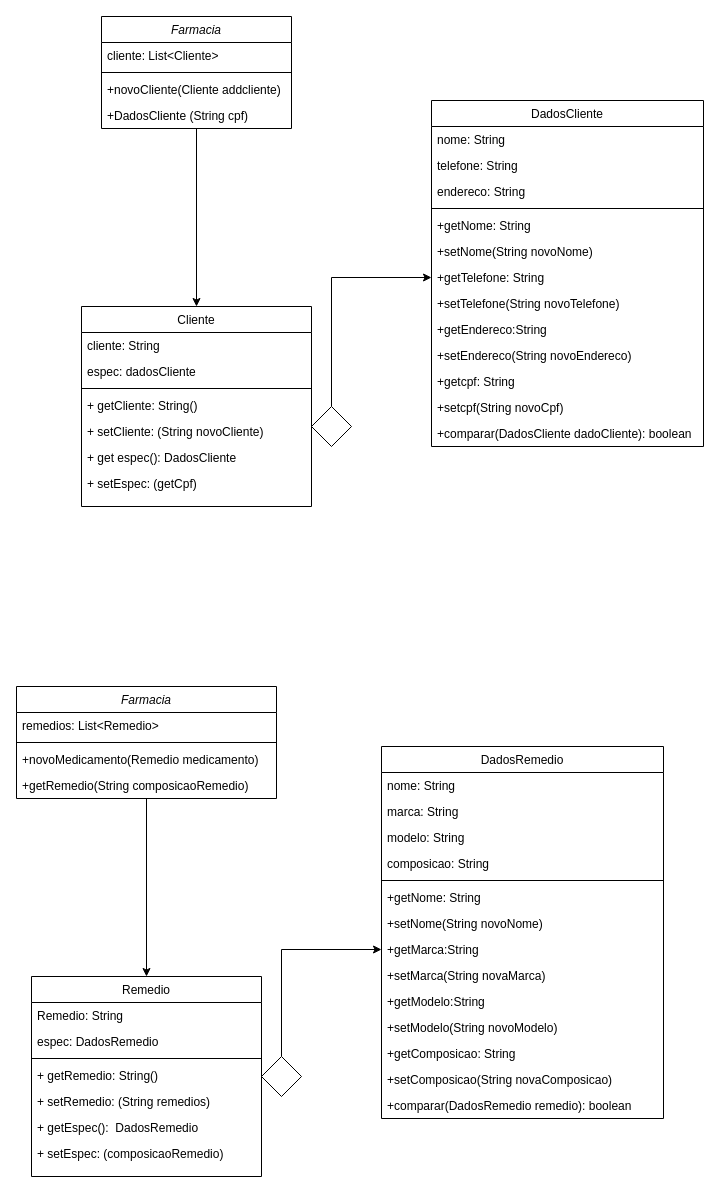
The draw.io diagram Engenharia de Software/assets/Diagrama sem nome.drawio in beajdkjj/bertoti, before the edit. Source tidied: cells renumbered, new cells numbered last; positions are measured from the earlier drawing's top-left corner, leaving out a move shared by most shapes. Both pictures are drawn from the tidied source at 100%, with x=0, y=0 at pixel (16, 16).
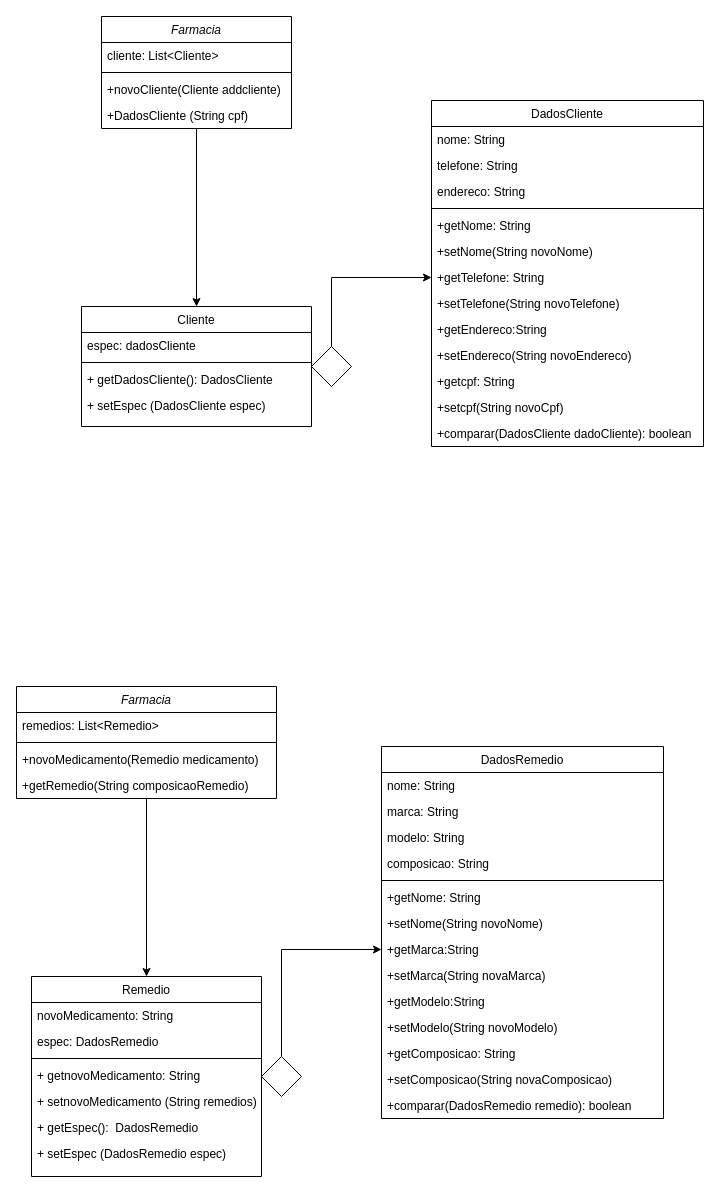
After the change.

The change refers to these unchanged cells:
```xml
<mxCell id="36" value="Remedio" style="swimlane;fontStyle=0;align=center;verticalAlign=top;horizontal=1;startSize=26;rounded=0;shadow=0;strokeWidth=1;" parent="1" vertex="1">
  <mxGeometry x="15" y="960" width="230" height="200" as="geometry" />
</mxCell>
```

Diff of the diagram source:
```diff
@@
     <mxCell id="8" value="Cliente&#10;" style="swimlane;fontStyle=0;align=center;verticalAlign=top;horizontal=1;startSize=26;rounded=0;shadow=0;strokeWidth=1;" parent="1" vertex="1">
-      <mxGeometry x="65" y="290" width="230" height="200" as="geometry" />
+      <mxGeometry x="65" y="290" width="230" height="120" as="geometry" />
     </mxCell>
-    <mxCell id="9" value="cliente: String" style="text;align=left;verticalAlign=top;spacingLeft=4;spacingRight=4;overflow=hidden;" parent="8" vertex="1">
-      <mxGeometry y="26" width="230" height="26" as="geometry" />
-    </mxCell>
     <mxCell id="10" value="espec: dadosCliente" style="text;align=left;verticalAlign=top;spacingLeft=4;spacingRight=4;overflow=hidden;rounded=0;shadow=0;html=0;" parent="8" vertex="1">
-      <mxGeometry y="52" width="230" height="26" as="geometry" />
+      <mxGeometry y="26" width="230" height="26" as="geometry" />
     </mxCell>
     <mxCell id="11" style="line;html=1;strokeWidth=1;align=left;verticalAlign=middle;spacingTop=-1;spacingLeft=3;spacingRight=3;labelPosition=right;" parent="8" vertex="1">
-      <mxGeometry y="78" width="230" height="8" as="geometry" />
+      <mxGeometry y="52" width="230" height="8" as="geometry" />
     </mxCell>
-    <mxCell id="12" value="+ getCliente: String()" style="text;align=left;verticalAlign=top;spacingLeft=4;spacingRight=4;overflow=hidden;fontStyle=0;strokeColor=none;" parent="8" vertex="1">
-      <mxGeometry y="86" width="230" height="26" as="geometry" />
-    </mxCell>
-    <mxCell id="13" value="+ setCliente: (String novoCliente)" style="text;align=left;verticalAlign=top;spacingLeft=4;spacingRight=4;overflow=hidden;" parent="8" vertex="1">
-      <mxGeometry y="112" width="230" height="26" as="geometry" />
-    </mxCell>
-    <mxCell id="14" value="+ get espec(): DadosCliente" style="text;align=left;verticalAlign=top;spacingLeft=4;spacingRight=4;overflow=hidden;" parent="8" vertex="1">
-      <mxGeometry y="138" width="230" height="26" as="geometry" />
+    <mxCell id="14" value="+ getDadosCliente(): DadosCliente" style="text;align=left;verticalAlign=top;spacingLeft=4;spacingRight=4;overflow=hidden;" parent="8" vertex="1">
+      <mxGeometry y="60" width="230" height="26" as="geometry" />
     </mxCell>
-    <mxCell id="15" value="+ setEspec: (getCpf)" style="text;align=left;verticalAlign=top;spacingLeft=4;spacingRight=4;overflow=hidden;" parent="8" vertex="1">
-      <mxGeometry y="164" width="230" height="26" as="geometry" />
+    <mxCell id="15" value="+ setEspec (DadosCliente espec)" style="text;align=left;verticalAlign=top;spacingLeft=4;spacingRight=4;overflow=hidden;" parent="8" vertex="1">
+      <mxGeometry y="86" width="230" height="26" as="geometry" />
     </mxCell>
@@
-    <mxCell id="37" value="Remedio: String" style="text;align=left;verticalAlign=top;spacingLeft=4;spacingRight=4;overflow=hidden;" parent="36" vertex="1">
+    <mxCell id="37" value="novoMedicamento: String" style="text;align=left;verticalAlign=top;spacingLeft=4;spacingRight=4;overflow=hidden;" parent="36" vertex="1">
       <mxGeometry y="26" width="230" height="26" as="geometry" />
     </mxCell>
@@
-    <mxCell id="40" value="+ getRemedio: String()" style="text;align=left;verticalAlign=top;spacingLeft=4;spacingRight=4;overflow=hidden;fontStyle=0;strokeColor=none;" parent="36" vertex="1">
+    <mxCell id="40" value="+ getnovoMedicamento: String" style="text;align=left;verticalAlign=top;spacingLeft=4;spacingRight=4;overflow=hidden;fontStyle=0;strokeColor=none;" parent="36" vertex="1">
       <mxGeometry y="86" width="230" height="26" as="geometry" />
     </mxCell>
-    <mxCell id="41" value="+ setRemedio: (String remedios)" style="text;align=left;verticalAlign=top;spacingLeft=4;spacingRight=4;overflow=hidden;" parent="36" vertex="1">
+    <mxCell id="41" value="+ setnovoMedicamento (String remedios)" style="text;align=left;verticalAlign=top;spacingLeft=4;spacingRight=4;overflow=hidden;" parent="36" vertex="1">
       <mxGeometry y="112" width="230" height="26" as="geometry" />
     </mxCell>
@@
-    <mxCell id="43" value="+ setEspec: (composicaoRemedio)" style="text;align=left;verticalAlign=top;spacingLeft=4;spacingRight=4;overflow=hidden;" parent="36" vertex="1">
+    <mxCell id="43" value="+ setEspec (DadosRemedio espec)" style="text;align=left;verticalAlign=top;spacingLeft=4;spacingRight=4;overflow=hidden;" parent="36" vertex="1">
       <mxGeometry y="164" width="230" height="26" as="geometry" />
     </mxCell>
@@
     <mxCell id="62" style="rhombus;whiteSpace=wrap;html=1;" parent="1" vertex="1">
-      <mxGeometry x="295" y="390" width="40" height="40" as="geometry" />
+      <mxGeometry x="295" y="330" width="40" height="40" as="geometry" />
     </mxCell>
```
